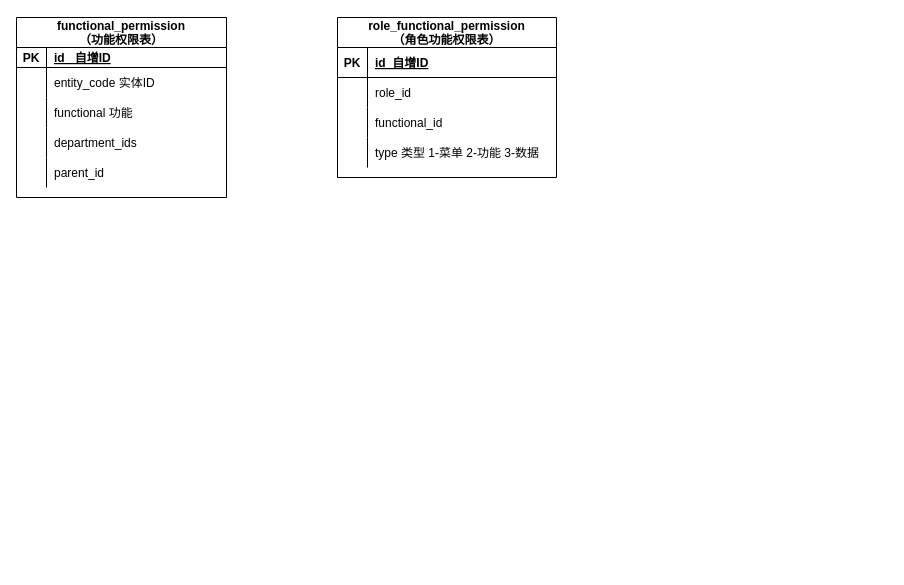
Earlier version of the draw.io diagram ad-auth-ER.drawio (cp0802/xueqqiu). Source tidied: cells renumbered, new cells numbered last; positions are measured from the earlier drawing's top-left corner, leaving out a move shared by most shapes. Both pictures are drawn from the tidied source at 100%, with x=0, y=0 at pixel (16, 17).
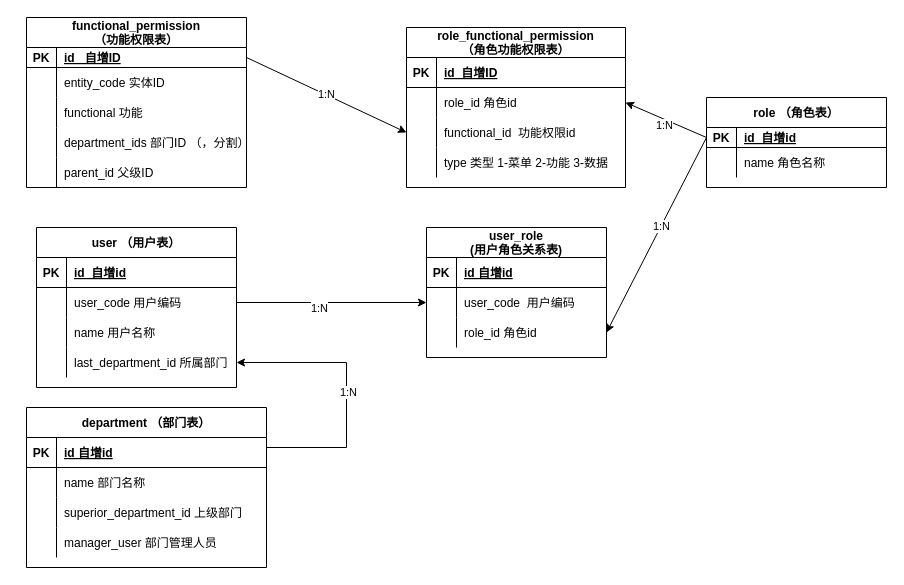
Above is the later version.

The change refers to these unchanged cells:
```xml
<mxCell id="22" style="shape=partialRectangle;fillColor=none;top=0;left=0;bottom=0;right=0;points=[[0,0.5],[1,0.5]];portConstraint=eastwest;" parent="18" vertex="1">
  <mxGeometry y="60" width="219" height="30" as="geometry" />
</mxCell>
<mxCell id="25" style="shape=partialRectangle;fillColor=none;top=0;left=0;bottom=0;right=0;points=[[0,0.5],[1,0.5]];portConstraint=eastwest;" parent="18" vertex="1">
  <mxGeometry y="90" width="219" height="30" as="geometry" />
</mxCell>
```

Diff of the diagram source:
```diff
@@
     <mxCell id="2" value="functional_permission&#10;（功能权限表）" style="shape=table;startSize=30;childLayout=tableLayout;rowLines=0;fontStyle=1;align=center;" parent="1" vertex="1">
-      <mxGeometry width="210" height="180" as="geometry" />
+      <mxGeometry x="10" width="220" height="170" as="geometry" />
     </mxCell>
     <mxCell id="3" style="shape=partialRectangle;fillColor=none;top=0;left=0;bottom=1;right=0;points=[[0,0.5],[1,0.5]];portConstraint=eastwest;" parent="2" vertex="1">
-      <mxGeometry y="30" width="210" height="20" as="geometry" />
+      <mxGeometry y="30" width="220" height="20" as="geometry" />
     </mxCell>
@@
     <mxCell id="5" value="id   自增ID" style="shape=partialRectangle;fillColor=none;top=0;left=0;bottom=0;right=0;align=left;spacingLeft=6;fontStyle=5;overflow=hidden;" parent="3" vertex="1">
-      <mxGeometry x="30" width="180" height="20" as="geometry" />
+      <mxGeometry x="30" width="190" height="20" as="geometry" />
     </mxCell>
     <mxCell id="6" style="shape=partialRectangle;fillColor=none;top=0;left=0;bottom=0;right=0;" parent="2" vertex="1">
-      <mxGeometry y="50" width="210" height="30" as="geometry" />
+      <mxGeometry y="50" width="220" height="30" as="geometry" />
     </mxCell>
@@
     <mxCell id="8" value="entity_code 实体ID" style="shape=partialRectangle;fillColor=none;top=0;left=0;bottom=0;right=0;align=left;spacingLeft=6;overflow=hidden;" parent="6" vertex="1">
-      <mxGeometry x="30" width="180" height="30" as="geometry" />
+      <mxGeometry x="30" width="190" height="30" as="geometry" />
     </mxCell>
     <mxCell id="9" style="shape=partialRectangle;fillColor=none;top=0;left=0;bottom=0;right=0;" parent="2" vertex="1">
-      <mxGeometry y="80" width="210" height="30" as="geometry" />
+      <mxGeometry y="80" width="220" height="30" as="geometry" />
     </mxCell>
@@
     <mxCell id="11" value="functional 功能" style="shape=partialRectangle;fillColor=none;top=0;left=0;bottom=0;right=0;align=left;spacingLeft=6;overflow=hidden;" parent="9" vertex="1">
-      <mxGeometry x="30" width="180" height="30" as="geometry" />
+      <mxGeometry x="30" width="190" height="30" as="geometry" />
     </mxCell>
     <mxCell id="12" style="shape=partialRectangle;fillColor=none;top=0;left=0;bottom=0;right=0;" parent="2" vertex="1">
-      <mxGeometry y="110" width="210" height="30" as="geometry" />
+      <mxGeometry y="110" width="220" height="30" as="geometry" />
     </mxCell>
@@
-    <mxCell id="14" value="department_ids" style="shape=partialRectangle;fillColor=none;top=0;left=0;bottom=0;right=0;align=left;spacingLeft=6;overflow=hidden;" parent="12" vertex="1">
-      <mxGeometry x="30" width="180" height="30" as="geometry" />
+    <mxCell id="14" value="department_ids 部门ID （，分割）" style="shape=partialRectangle;fillColor=none;top=0;left=0;bottom=0;right=0;align=left;spacingLeft=6;overflow=hidden;" parent="12" vertex="1">
+      <mxGeometry x="30" width="190" height="30" as="geometry" />
     </mxCell>
     <mxCell id="15" style="shape=partialRectangle;fillColor=none;top=0;left=0;bottom=0;right=0;" parent="2" vertex="1">
-      <mxGeometry y="140" width="210" height="30" as="geometry" />
+      <mxGeometry y="140" width="220" height="30" as="geometry" />
     </mxCell>
@@
-    <mxCell id="17" value="parent_id" style="shape=partialRectangle;fillColor=none;top=0;left=0;bottom=0;right=0;align=left;spacingLeft=6;overflow=hidden;" parent="15" vertex="1">
-      <mxGeometry x="30" width="180" height="30" as="geometry" />
+    <mxCell id="17" value="parent_id 父级ID" style="shape=partialRectangle;fillColor=none;top=0;left=0;bottom=0;right=0;align=left;spacingLeft=6;overflow=hidden;" parent="15" vertex="1">
+      <mxGeometry x="30" width="190" height="30" as="geometry" />
     </mxCell>
     <mxCell id="18" value="role_functional_permission&#10;（角色功能权限表）" style="shape=table;startSize=30;childLayout=tableLayout;rowLines=0;fontStyle=1;align=center;" parent="1" vertex="1">
-      <mxGeometry x="321" width="219" height="160" as="geometry" />
+      <mxGeometry x="390" y="10" width="219" height="160" as="geometry" />
     </mxCell>
@@
-    <mxCell id="24" value="role_id" style="shape=partialRectangle;fillColor=none;top=0;left=0;bottom=0;right=0;align=left;spacingLeft=6;overflow=hidden;" parent="22" vertex="1">
+    <mxCell id="24" value="role_id 角色id" style="shape=partialRectangle;fillColor=none;top=0;left=0;bottom=0;right=0;align=left;spacingLeft=6;overflow=hidden;" parent="22" vertex="1">
       <mxGeometry x="30" width="189" height="30" as="geometry" />
     </mxCell>
@@
-    <mxCell id="27" value="functional_id" style="shape=partialRectangle;fillColor=none;top=0;left=0;bottom=0;right=0;align=left;spacingLeft=6;overflow=hidden;" parent="25" vertex="1">
+    <mxCell id="27" value="functional_id  功能权限id" style="shape=partialRectangle;fillColor=none;top=0;left=0;bottom=0;right=0;align=left;spacingLeft=6;overflow=hidden;" parent="25" vertex="1">
       <mxGeometry x="30" width="189" height="30" as="geometry" />
     </mxCell>
@@
+    <mxCell id="31" value="role （角色表）" style="shape=table;startSize=30;childLayout=tableLayout;rowLines=0;fontStyle=1;align=center;" parent="1" vertex="1">
+      <mxGeometry x="690" y="80" width="180" height="90" as="geometry" />
+    </mxCell>
+    <mxCell id="32" style="shape=partialRectangle;fillColor=none;top=0;left=0;bottom=1;right=0;points=[[0,0.5],[1,0.5]];portConstraint=eastwest;" parent="31" vertex="1">
+      <mxGeometry y="30" width="180" height="20" as="geometry" />
+    </mxCell>
+    <mxCell id="33" value="PK" style="shape=partialRectangle;fillColor=none;top=0;left=0;bottom=0;right=0;fontStyle=1;overflow=hidden;" parent="32" vertex="1">
+      <mxGeometry width="30" height="20" as="geometry" />
+    </mxCell>
+    <mxCell id="34" value="id  自增id" style="shape=partialRectangle;fillColor=none;top=0;left=0;bottom=0;right=0;align=left;spacingLeft=6;fontStyle=5;overflow=hidden;" parent="32" vertex="1">
+      <mxGeometry x="30" width="150" height="20" as="geometry" />
+    </mxCell>
+    <mxCell id="35" style="shape=partialRectangle;fillColor=none;top=0;left=0;bottom=0;right=0;" parent="31" vertex="1">
+      <mxGeometry y="50" width="180" height="30" as="geometry" />
+    </mxCell>
+    <mxCell id="36" style="shape=partialRectangle;fillColor=none;top=0;left=0;bottom=0;right=0;overflow=hidden;" parent="35" vertex="1">
+      <mxGeometry width="30" height="30" as="geometry" />
+    </mxCell>
+    <mxCell id="37" value="name 角色名称" style="shape=partialRectangle;fillColor=none;top=0;left=0;bottom=0;right=0;align=left;spacingLeft=6;overflow=hidden;" parent="35" vertex="1">
+      <mxGeometry x="30" width="150" height="30" as="geometry" />
+    </mxCell>
+    <mxCell id="38" value="user_role &#10;(用户角色关系表)" style="shape=table;startSize=30;childLayout=tableLayout;rowLines=0;fontStyle=1;align=center;" parent="1" vertex="1">
+      <mxGeometry x="410" y="210" width="180" height="130" as="geometry" />
+    </mxCell>
+    <mxCell id="39" style="shape=partialRectangle;fillColor=none;top=0;left=0;bottom=1;right=0;" parent="38" vertex="1">
+      <mxGeometry y="30" width="180" height="30" as="geometry" />
+    </mxCell>
+    <mxCell id="40" value="PK" style="shape=partialRectangle;fillColor=none;top=0;left=0;bottom=0;right=0;fontStyle=1;overflow=hidden;" parent="39" vertex="1">
+      <mxGeometry width="30" height="30" as="geometry" />
+    </mxCell>
+    <mxCell id="41" value="id 自增id" style="shape=partialRectangle;fillColor=none;top=0;left=0;bottom=0;right=0;align=left;spacingLeft=6;fontStyle=5;overflow=hidden;" parent="39" vertex="1">
+      <mxGeometry x="30" width="150" height="30" as="geometry" />
+    </mxCell>
+    <mxCell id="42" style="shape=partialRectangle;fillColor=none;top=0;left=0;bottom=0;right=0;points=[[0,0.5],[1,0.5]];portConstraint=eastwest;" parent="38" vertex="1">
+      <mxGeometry y="60" width="180" height="30" as="geometry" />
+    </mxCell>
+    <mxCell id="43" style="shape=partialRectangle;fillColor=none;top=0;left=0;bottom=0;right=0;overflow=hidden;" parent="42" vertex="1">
+      <mxGeometry width="30" height="30" as="geometry" />
+    </mxCell>
+    <mxCell id="44" value="user_code  用户编码" style="shape=partialRectangle;fillColor=none;top=0;left=0;bottom=0;right=0;align=left;spacingLeft=6;overflow=hidden;" parent="42" vertex="1">
+      <mxGeometry x="30" width="150" height="30" as="geometry" />
+    </mxCell>
+    <mxCell id="45" style="shape=partialRectangle;fillColor=none;top=0;left=0;bottom=0;right=0;points=[[0,0.5],[1,0.5]];portConstraint=eastwest;" parent="38" vertex="1">
+      <mxGeometry y="90" width="180" height="30" as="geometry" />
+    </mxCell>
+    <mxCell id="46" style="shape=partialRectangle;fillColor=none;top=0;left=0;bottom=0;right=0;overflow=hidden;" parent="45" vertex="1">
+      <mxGeometry width="30" height="30" as="geometry" />
+    </mxCell>
+    <mxCell id="47" value="role_id 角色id" style="shape=partialRectangle;fillColor=none;top=0;left=0;bottom=0;right=0;align=left;spacingLeft=6;overflow=hidden;" parent="45" vertex="1">
+      <mxGeometry x="30" width="150" height="30" as="geometry" />
+    </mxCell>
+    <mxCell id="48" value="user （用户表）" style="shape=table;startSize=30;childLayout=tableLayout;rowLines=0;fontStyle=1;align=center;" parent="1" vertex="1">
+      <mxGeometry x="20" y="210" width="200" height="160" as="geometry" />
+    </mxCell>
+    <mxCell id="49" style="shape=partialRectangle;fillColor=none;top=0;left=0;bottom=1;right=0;" parent="48" vertex="1">
+      <mxGeometry y="30" width="200" height="30" as="geometry" />
+    </mxCell>
+    <mxCell id="50" value="PK" style="shape=partialRectangle;fillColor=none;top=0;left=0;bottom=0;right=0;fontStyle=1;overflow=hidden;" parent="49" vertex="1">
+      <mxGeometry width="30" height="30" as="geometry" />
+    </mxCell>
+    <mxCell id="51" value="id  自增id" style="shape=partialRectangle;fillColor=none;top=0;left=0;bottom=0;right=0;align=left;spacingLeft=6;fontStyle=5;overflow=hidden;" parent="49" vertex="1">
+      <mxGeometry x="30" width="170" height="30" as="geometry" />
+    </mxCell>
+    <mxCell id="52" style="shape=partialRectangle;fillColor=none;top=0;left=0;bottom=0;right=0;points=[[0,0.5],[1,0.5]];portConstraint=eastwest;" parent="48" vertex="1">
+      <mxGeometry y="60" width="200" height="30" as="geometry" />
+    </mxCell>
+    <mxCell id="53" style="shape=partialRectangle;fillColor=none;top=0;left=0;bottom=0;right=0;overflow=hidden;" parent="52" vertex="1">
+      <mxGeometry width="30" height="30" as="geometry" />
+    </mxCell>
+    <mxCell id="54" value="user_code 用户编码" style="shape=partialRectangle;fillColor=none;top=0;left=0;bottom=0;right=0;align=left;spacingLeft=6;overflow=hidden;" parent="52" vertex="1">
+      <mxGeometry x="30" width="170" height="30" as="geometry" />
+    </mxCell>
+    <mxCell id="55" style="shape=partialRectangle;fillColor=none;top=0;left=0;bottom=0;right=0;" parent="48" vertex="1">
+      <mxGeometry y="90" width="200" height="30" as="geometry" />
+    </mxCell>
+    <mxCell id="56" style="shape=partialRectangle;fillColor=none;top=0;left=0;bottom=0;right=0;overflow=hidden;" parent="55" vertex="1">
+      <mxGeometry width="30" height="30" as="geometry" />
+    </mxCell>
+    <mxCell id="57" value="name 用户名称" style="shape=partialRectangle;fillColor=none;top=0;left=0;bottom=0;right=0;align=left;spacingLeft=6;overflow=hidden;" parent="55" vertex="1">
+      <mxGeometry x="30" width="170" height="30" as="geometry" />
+    </mxCell>
+    <mxCell id="58" style="shape=partialRectangle;fillColor=none;top=0;left=0;bottom=0;right=0;points=[[0,0.5],[1,0.5]];portConstraint=eastwest;" parent="48" vertex="1">
+      <mxGeometry y="120" width="200" height="30" as="geometry" />
+    </mxCell>
+    <mxCell id="59" style="shape=partialRectangle;fillColor=none;top=0;left=0;bottom=0;right=0;overflow=hidden;" parent="58" vertex="1">
+      <mxGeometry width="30" height="30" as="geometry" />
+    </mxCell>
+    <mxCell id="60" value="last_department_id 所属部门" style="shape=partialRectangle;fillColor=none;top=0;left=0;bottom=0;right=0;align=left;spacingLeft=6;overflow=hidden;" parent="58" vertex="1">
+      <mxGeometry x="30" width="170" height="30" as="geometry" />
+    </mxCell>
+    <mxCell id="61" style="edgeStyle=orthogonalEdgeStyle;rounded=0;jettySize=auto;html=1;exitX=1;exitY=0.25;exitDx=0;exitDy=0;entryX=1;entryY=0.5;entryDx=0;entryDy=0;" parent="1" edge="1" source="63" target="58">
+      <mxGeometry relative="1" as="geometry">
+        <Array as="points">
+          <mxPoint x="330" y="430" />
+          <mxPoint x="330" y="345" />
+        </Array>
+      </mxGeometry>
+    </mxCell>
+    <mxCell id="62" value="1:N" style="edgeLabel;html=1;align=center;verticalAlign=middle;" parent="61" vertex="1">
+      <mxGeometry x="-0.01" y="-1" relative="1" as="geometry" />
+    </mxCell>
+    <mxCell id="63" value="department （部门表）" style="shape=table;startSize=30;childLayout=tableLayout;rowLines=0;fontStyle=1;align=center;" parent="1" vertex="1">
+      <mxGeometry x="10" y="390" width="240" height="160" as="geometry" />
+    </mxCell>
+    <mxCell id="64" style="shape=partialRectangle;fillColor=none;top=0;left=0;bottom=1;right=0;" parent="63" vertex="1">
+      <mxGeometry y="30" width="240" height="30" as="geometry" />
+    </mxCell>
+    <mxCell id="65" value="PK" style="shape=partialRectangle;fillColor=none;top=0;left=0;bottom=0;right=0;fontStyle=1;overflow=hidden;" parent="64" vertex="1">
+      <mxGeometry width="30" height="30" as="geometry" />
+    </mxCell>
+    <mxCell id="66" value="id 自增id" style="shape=partialRectangle;fillColor=none;top=0;left=0;bottom=0;right=0;align=left;spacingLeft=6;fontStyle=5;overflow=hidden;" parent="64" vertex="1">
+      <mxGeometry x="30" width="210" height="30" as="geometry" />
+    </mxCell>
+    <mxCell id="67" style="shape=partialRectangle;fillColor=none;top=0;left=0;bottom=0;right=0;" parent="63" vertex="1">
+      <mxGeometry y="60" width="240" height="30" as="geometry" />
+    </mxCell>
+    <mxCell id="68" style="shape=partialRectangle;fillColor=none;top=0;left=0;bottom=0;right=0;overflow=hidden;" parent="67" vertex="1">
+      <mxGeometry width="30" height="30" as="geometry" />
+    </mxCell>
+    <mxCell id="69" value="name 部门名称" style="shape=partialRectangle;fillColor=none;top=0;left=0;bottom=0;right=0;align=left;spacingLeft=6;overflow=hidden;" parent="67" vertex="1">
+      <mxGeometry x="30" width="210" height="30" as="geometry" />
+    </mxCell>
+    <mxCell id="70" style="shape=partialRectangle;fillColor=none;top=0;left=0;bottom=0;right=0;" parent="63" vertex="1">
+      <mxGeometry y="90" width="240" height="30" as="geometry" />
+    </mxCell>
+    <mxCell id="71" style="shape=partialRectangle;fillColor=none;top=0;left=0;bottom=0;right=0;overflow=hidden;" parent="70" vertex="1">
+      <mxGeometry width="30" height="30" as="geometry" />
+    </mxCell>
+    <mxCell id="72" value="superior_department_id 上级部门" style="shape=partialRectangle;fillColor=none;top=0;left=0;bottom=0;right=0;align=left;spacingLeft=6;overflow=hidden;" parent="70" vertex="1">
+      <mxGeometry x="30" width="210" height="30" as="geometry" />
+    </mxCell>
+    <mxCell id="73" style="shape=partialRectangle;fillColor=none;top=0;left=0;bottom=0;right=0;" parent="63" vertex="1">
+      <mxGeometry y="120" width="240" height="30" as="geometry" />
+    </mxCell>
+    <mxCell id="74" style="shape=partialRectangle;fillColor=none;top=0;left=0;bottom=0;right=0;overflow=hidden;" parent="73" vertex="1">
+      <mxGeometry width="30" height="30" as="geometry" />
+    </mxCell>
+    <mxCell id="75" value="manager_user 部门管理人员" style="shape=partialRectangle;fillColor=none;top=0;left=0;bottom=0;right=0;align=left;spacingLeft=6;overflow=hidden;" parent="73" vertex="1">
+      <mxGeometry x="30" width="210" height="30" as="geometry" />
+    </mxCell>
+    <mxCell id="76" style="rounded=0;jettySize=auto;html=1;entryX=1;entryY=0.5;entryDx=0;entryDy=0;exitX=0;exitY=0.5;exitDx=0;exitDy=0;" parent="1" edge="1" source="32" target="22">
+      <mxGeometry relative="1" as="geometry" />
+    </mxCell>
+    <mxCell id="77" value="1:N" style="edgeLabel;html=1;align=center;verticalAlign=middle;" parent="76" vertex="1">
+      <mxGeometry y="5" relative="1" as="geometry" />
+    </mxCell>
+    <mxCell id="78" style="rounded=0;jettySize=auto;html=1;exitX=0;exitY=0.5;exitDx=0;exitDy=0;entryX=1;entryY=0.5;entryDx=0;entryDy=0;" parent="1" edge="1" source="32" target="45">
+      <mxGeometry relative="1" as="geometry" />
+    </mxCell>
+    <mxCell id="79" value="1:N" style="edgeLabel;html=1;align=center;verticalAlign=middle;" parent="78" vertex="1">
+      <mxGeometry x="-0.1" relative="1" as="geometry" />
+    </mxCell>
+    <mxCell id="80" value="1:N" style="edgeStyle=none;rounded=0;jettySize=auto;html=1;exitX=1;exitY=0.5;exitDx=0;exitDy=0;entryX=0;entryY=0.5;entryDx=0;entryDy=0;" parent="1" edge="1" source="3" target="25">
+      <mxGeometry relative="1" as="geometry" />
+    </mxCell>
+    <mxCell id="81" style="edgeStyle=none;rounded=0;jettySize=auto;html=1;exitX=1;exitY=0.5;exitDx=0;exitDy=0;entryX=0;entryY=0.5;entryDx=0;entryDy=0;" parent="1" edge="1" source="52" target="42">
+      <mxGeometry relative="1" as="geometry" />
+    </mxCell>
+    <mxCell id="82" value="1:N" style="edgeLabel;html=1;align=center;verticalAlign=middle;" parent="81" vertex="1">
+      <mxGeometry x="-0.14" y="-5" relative="1" as="geometry" />
+    </mxCell>
```
